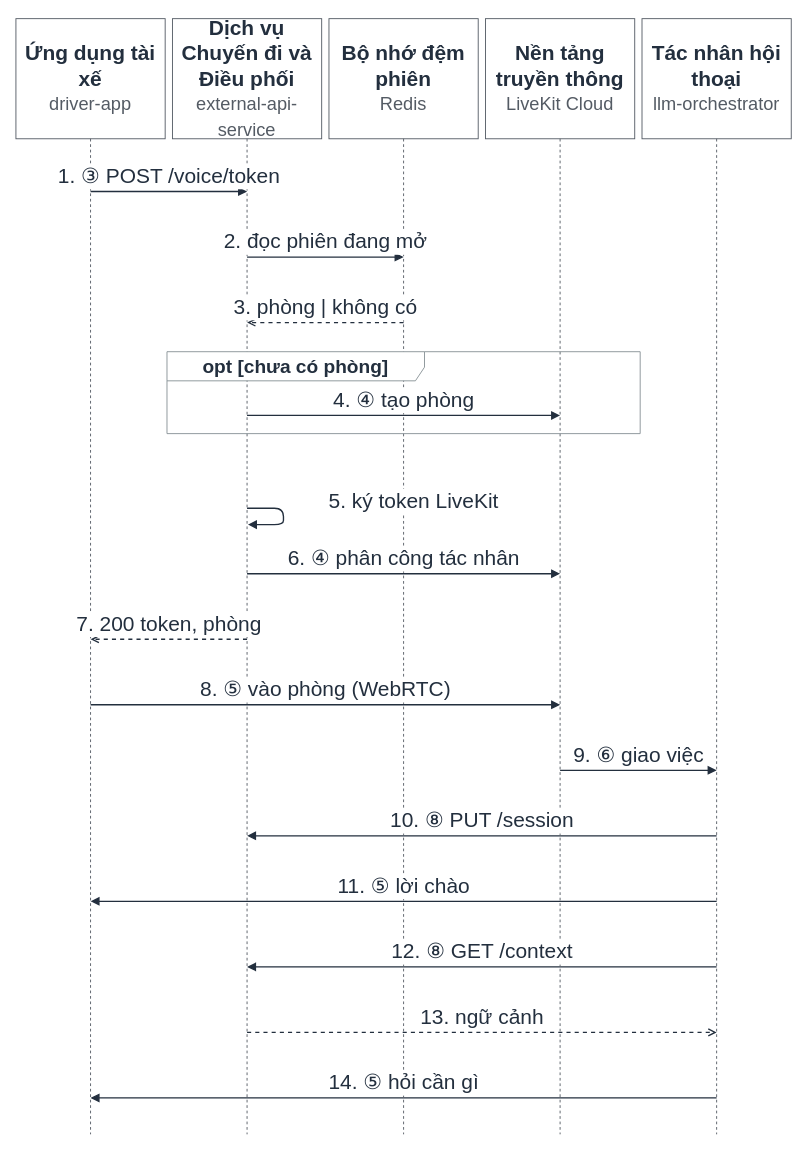
The draw.io diagram page "S2 Khởi tạo phiên" (2 of 7) of docs/diagrams/H4_sequences.drawio in nexgenspeak-max/AI-Powered-Driver-Assistant, before the edit. Source tidied: cells renumbered, new cells numbered last; positions are measured from the earlier drawing's top-left corner, leaving out a move shared by most shapes. Both pictures are drawn from the tidied source at 91%, with x=0, y=0 at pixel (15, 18).
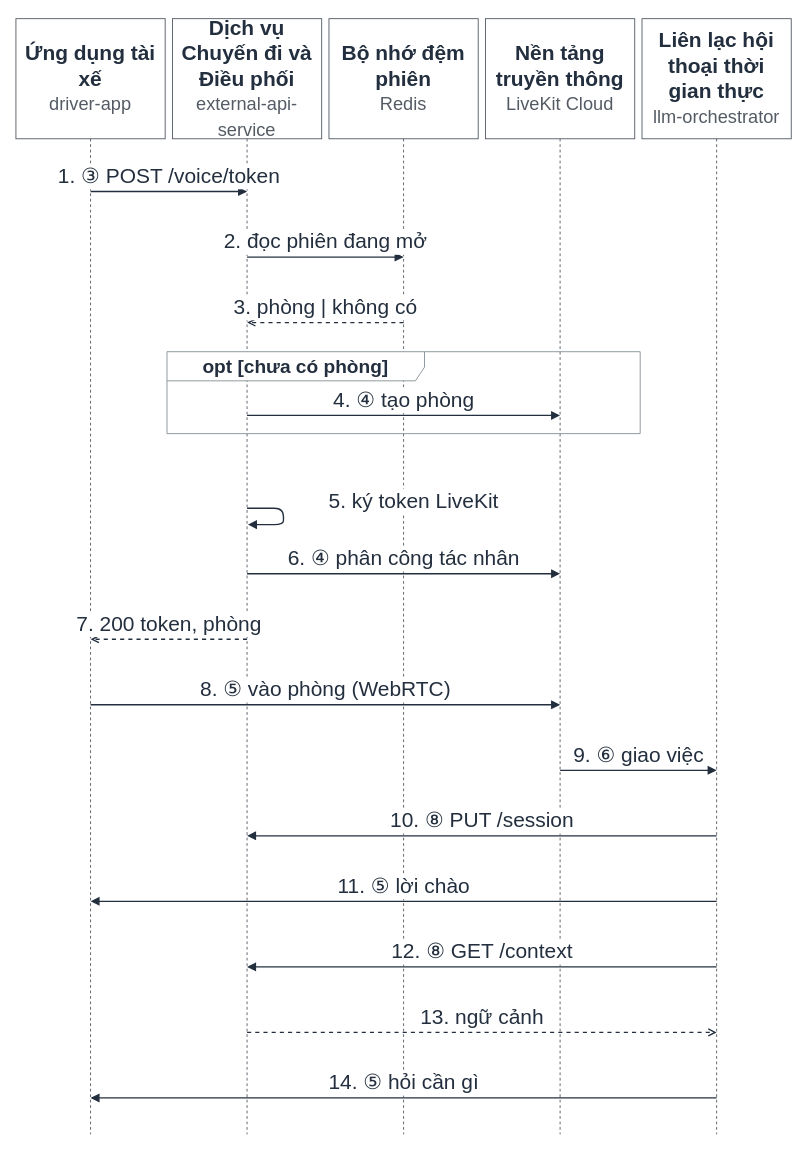
After the change.

Change to the diagram source:
```diff
@@
-    <mxCell id="6" value="&lt;b&gt;Tác nhân hội thoại&lt;/b&gt;&lt;br&gt;&lt;font style=&quot;font-size:20px;color:#545B64&quot;&gt;llm-orchestrator&lt;/font&gt;" style="shape=umlLifeline;perimeter=lifelinePerimeter;whiteSpace=wrap;html=1;size=132;fillColor=#FFFFFF;strokeColor=#545B64;fontColor=#232F3E;fontSize=23;spacing=4;fontFamily=Helvetica;" parent="1" vertex="1">
+    <mxCell id="6" value="&lt;b&gt;Liên lạc hội thoại thời gian thực&lt;/b&gt;&lt;br&gt;&lt;font style=&quot;font-size:20px;color:#545B64&quot;&gt;llm-orchestrator&lt;/font&gt;" style="shape=umlLifeline;perimeter=lifelinePerimeter;whiteSpace=wrap;html=1;size=132;fillColor=#FFFFFF;strokeColor=#545B64;fontColor=#232F3E;fontSize=23;spacing=4;fontFamily=Helvetica;" parent="1" vertex="1">
       <mxGeometry x="688" width="164" height="1226" as="geometry" />
     </mxCell>
```
